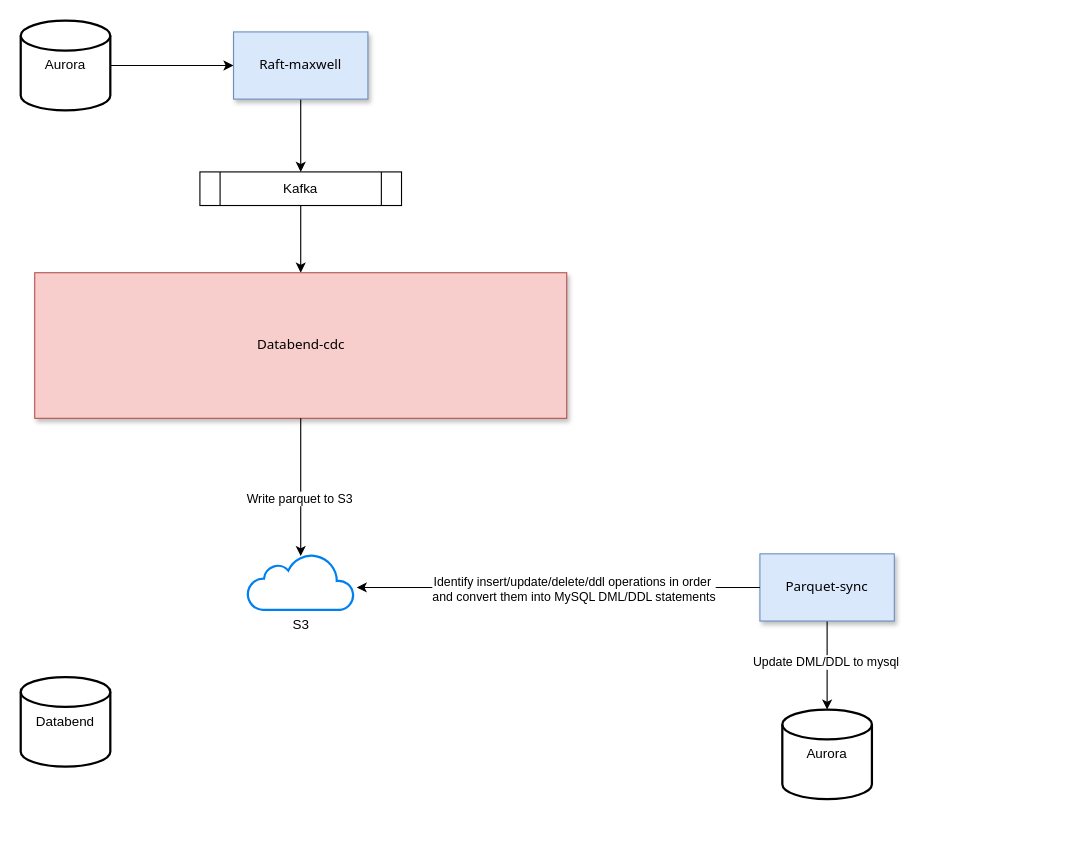
Above: doc/databend-parquet-mysql.drawio in jackjoesh/databend (draw.io), before the change. Source tidied: cells renumbered, new cells numbered last; positions are measured from the earlier drawing's top-left corner, leaving out a move shared by most shapes. Both pictures are drawn from the tidied source at 112%, with x=0, y=0 at pixel (20, 20).
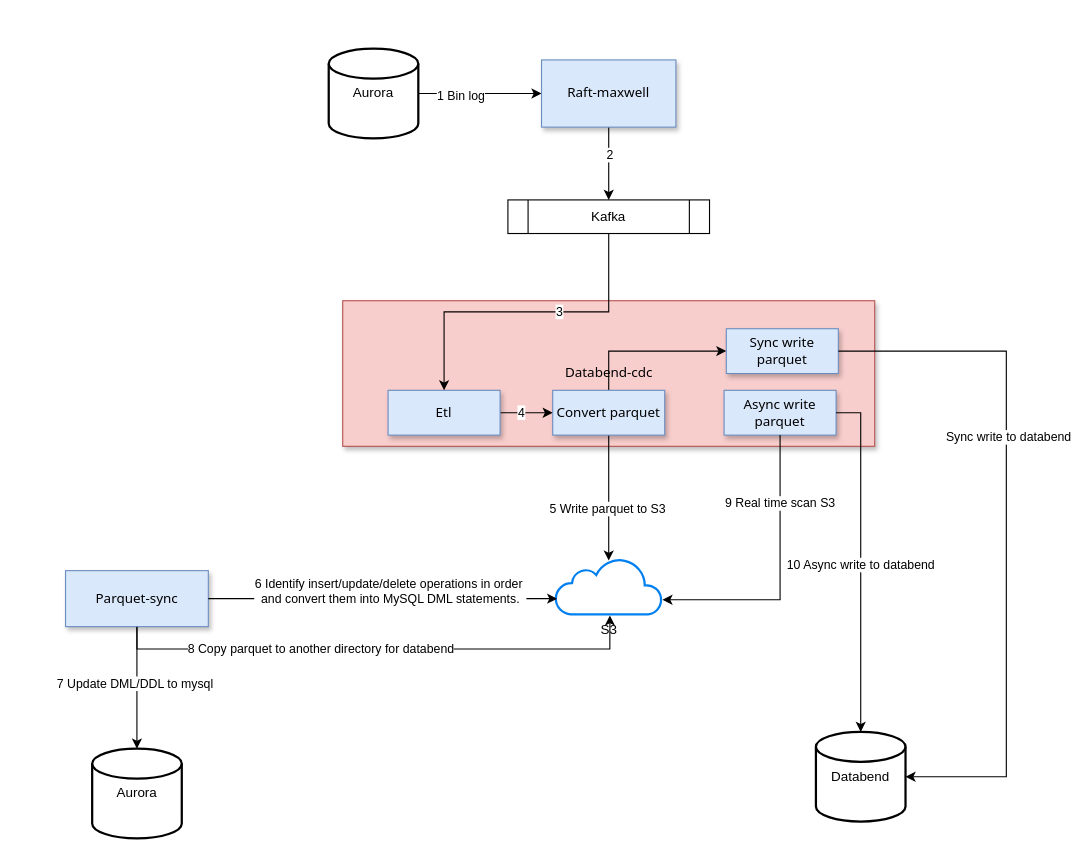
Above is the later version.

The change refers to these unchanged cells:
```xml
<mxCell id="2" style="edgeStyle=orthogonalEdgeStyle;rounded=0;jettySize=auto;html=1;exitX=1;exitY=0.5;exitDx=0;exitDy=0;exitPerimeter=0;" parent="1" edge="1" source="3" target="5">
  <mxGeometry relative="1" as="geometry" />
</mxCell>
<mxCell id="4" style="edgeStyle=orthogonalEdgeStyle;rounded=0;jettySize=auto;html=1;exitX=0.5;exitY=1;exitDx=0;exitDy=0;" parent="1" edge="1" source="5" target="10">
  <mxGeometry relative="1" as="geometry" />
</mxCell>
<mxCell id="6" style="edgeStyle=orthogonalEdgeStyle;rounded=0;jettySize=auto;html=1;exitX=0.5;exitY=1;exitDx=0;exitDy=0;" parent="1" edge="1" source="8" target="13">
  <mxGeometry relative="1" as="geometry" />
</mxCell>
```

What changed in the source:
```diff
@@
+    <mxCell id="19" value="1 Bin log" style="edgeLabel;html=1;align=center;verticalAlign=middle;" parent="2" vertex="1">
+      <mxGeometry x="-0.33" y="-1" relative="1" as="geometry" />
+    </mxCell>
     <mxCell id="3" value="Aurora" style="strokeWidth=2;html=1;shape=mxgraph.flowchart.database;whiteSpace=wrap;" parent="1" vertex="1">
-      <mxGeometry width="80" height="80" as="geometry" />
+      <mxGeometry x="275" y="25" width="80" height="80" as="geometry" />
     </mxCell>
@@
+    <mxCell id="20" value="2" style="edgeLabel;html=1;align=center;verticalAlign=middle;" parent="4" vertex="1">
+      <mxGeometry x="-0.26" relative="1" as="geometry" />
+    </mxCell>
     <mxCell id="5" value="Raft-maxwell" style="rounded=0;whiteSpace=wrap;html=1;fillColor=#dae8fc;strokeColor=#6c8ebf;shadow=1;fontFamily=Tahoma;" parent="1" vertex="1">
-      <mxGeometry x="190" y="10" width="120" height="60" as="geometry" />
+      <mxGeometry x="465" y="35" width="120" height="60" as="geometry" />
     </mxCell>
@@
-    <mxCell id="7" value="Update DML/DDL to mysql" style="edgeLabel;html=1;align=center;verticalAlign=middle;" parent="6" vertex="1">
+    <mxCell id="7" value="7 Update DML/DDL to mysql" style="edgeLabel;html=1;align=center;verticalAlign=middle;" parent="6" vertex="1">
       <mxGeometry x="-0.09" y="-2" relative="1" as="geometry" />
     </mxCell>
     <mxCell id="8" value="Parquet-sync" style="rounded=0;whiteSpace=wrap;html=1;fillColor=#dae8fc;strokeColor=#6c8ebf;shadow=1;fontFamily=Tahoma;" parent="1" vertex="1">
-      <mxGeometry x="660" y="476" width="120" height="60" as="geometry" />
+      <mxGeometry x="40" y="491" width="127.5" height="50" as="geometry" />
     </mxCell>
-    <mxCell id="9" style="edgeStyle=orthogonalEdgeStyle;rounded=0;jettySize=auto;html=1;exitX=0.5;exitY=1;exitDx=0;exitDy=0;" parent="1" edge="1" source="10" target="11">
-      <mxGeometry relative="1" as="geometry" />
-    </mxCell>
     <mxCell id="10" value="Kafka" style="shape=process;whiteSpace=wrap;html=1;backgroundOutline=1;" parent="1" vertex="1">
-      <mxGeometry x="160" y="135" width="180" height="30" as="geometry" />
+      <mxGeometry x="435" y="160" width="180" height="30" as="geometry" />
     </mxCell>
     <mxCell id="11" value="Databend-cdc" style="rounded=0;whiteSpace=wrap;html=1;fillColor=#f8cecc;strokeColor=#b85450;shadow=1;fontFamily=Tahoma;" parent="1" vertex="1">
-      <mxGeometry x="12.5" y="225" width="475" height="130" as="geometry" />
+      <mxGeometry x="287.5" y="250" width="475" height="130" as="geometry" />
     </mxCell>
     <mxCell id="12" value="S3" style="html=1;verticalLabelPosition=bottom;align=center;labelBackgroundColor=#ffffff;verticalAlign=top;strokeWidth=2;strokeColor=#0080F0;shadow=0;dashed=0;shape=mxgraph.ios7.icons.cloud;" parent="1" vertex="1">
-      <mxGeometry x="202.5" y="476" width="95" height="50" as="geometry" />
+      <mxGeometry x="477.5" y="480" width="95" height="50" as="geometry" />
     </mxCell>
     <mxCell id="13" value="Aurora" style="strokeWidth=2;html=1;shape=mxgraph.flowchart.database;whiteSpace=wrap;" parent="1" vertex="1">
-      <mxGeometry x="680" y="615" width="80" height="80" as="geometry" />
+      <mxGeometry x="63.8" y="650" width="80" height="80" as="geometry" />
     </mxCell>
     <mxCell id="14" value="Databend" style="strokeWidth=2;html=1;shape=mxgraph.flowchart.database;whiteSpace=wrap;" parent="1" vertex="1">
-      <mxGeometry y="586" width="80" height="80" as="geometry" />
+      <mxGeometry x="710" y="635" width="80" height="80" as="geometry" />
     </mxCell>
-    <mxCell id="15" style="edgeStyle=orthogonalEdgeStyle;rounded=0;jettySize=auto;html=1;exitX=0.5;exitY=1;exitDx=0;exitDy=0;entryX=0.5;entryY=0.04;entryDx=0;entryDy=0;entryPerimeter=0;" parent="1" edge="1" source="11" target="12">
+    <mxCell id="15" style="edgeStyle=orthogonalEdgeStyle;rounded=0;jettySize=auto;html=1;entryX=0.5;entryY=0.04;entryDx=0;entryDy=0;entryPerimeter=0;" parent="1" edge="1" source="27" target="12">
       <mxGeometry relative="1" as="geometry" />
     </mxCell>
-    <mxCell id="16" value="Write parquet to S3" style="edgeLabel;html=1;align=center;verticalAlign=middle;" parent="15" vertex="1">
+    <mxCell id="16" value="5 Write parquet to S3" style="edgeLabel;html=1;align=center;verticalAlign=middle;" parent="15" vertex="1">
       <mxGeometry x="0.16" y="-2" relative="1" as="geometry" />
     </mxCell>
-    <mxCell id="17" style="edgeStyle=orthogonalEdgeStyle;rounded=0;jettySize=auto;html=1;exitX=0;exitY=0.5;exitDx=0;exitDy=0;entryX=1.026;entryY=0.6;entryDx=0;entryDy=0;entryPerimeter=0;" parent="1" edge="1" source="8" target="12">
-      <mxGeometry relative="1" as="geometry" />
-    </mxCell>
-    <mxCell id="18" value="Identify insert/update/delete/ddl operations in order&amp;nbsp;&lt;div&gt;and convert them into MySQL DML/DDL statements&lt;/div&gt;" style="edgeLabel;html=1;align=center;verticalAlign=middle;" parent="17" vertex="1">
-      <mxGeometry x="-0.07" y="1" relative="1" as="geometry" />
-    </mxCell>
+    <mxCell id="21" style="edgeStyle=orthogonalEdgeStyle;rounded=0;jettySize=auto;html=1;exitX=1;exitY=0.5;exitDx=0;exitDy=0;entryX=0.016;entryY=0.72;entryDx=0;entryDy=0;entryPerimeter=0;" parent="1" edge="1" source="8" target="12">
+      <mxGeometry relative="1" as="geometry" />
+    </mxCell>
+    <mxCell id="22" value="6 Identify insert/update/delete operations in order&amp;nbsp;&lt;div&gt;and convert them into MySQL DML statements.&lt;/div&gt;&lt;div&gt;&lt;br&gt;&lt;/div&gt;" style="edgeLabel;html=1;align=center;verticalAlign=middle;" parent="21" vertex="1">
+      <mxGeometry x="0.04" y="1" relative="1" as="geometry" />
+    </mxCell>
+    <mxCell id="23" style="edgeStyle=orthogonalEdgeStyle;rounded=0;jettySize=auto;html=1;" parent="1" edge="1" source="25" target="27">
+      <mxGeometry relative="1" as="geometry" />
+    </mxCell>
+    <mxCell id="24" value="4" style="edgeLabel;html=1;align=center;verticalAlign=middle;" parent="23" vertex="1">
+      <mxGeometry x="-0.23" y="1" relative="1" as="geometry" />
+    </mxCell>
+    <mxCell id="25" value="Etl" style="rounded=0;whiteSpace=wrap;html=1;fillColor=#dae8fc;strokeColor=#6c8ebf;shadow=1;fontFamily=Tahoma;" parent="1" vertex="1">
+      <mxGeometry x="328" y="330" width="100" height="40" as="geometry" />
+    </mxCell>
+    <mxCell id="26" style="edgeStyle=orthogonalEdgeStyle;rounded=0;jettySize=auto;html=1;" parent="1" edge="1" source="27" target="36">
+      <mxGeometry relative="1" as="geometry">
+        <Array as="points">
+          <mxPoint x="525" y="295" />
+        </Array>
+      </mxGeometry>
+    </mxCell>
+    <mxCell id="27" value="Convert parquet" style="rounded=0;whiteSpace=wrap;html=1;fillColor=#dae8fc;strokeColor=#6c8ebf;shadow=1;fontFamily=Tahoma;" parent="1" vertex="1">
+      <mxGeometry x="475" y="330" width="100" height="40" as="geometry" />
+    </mxCell>
+    <mxCell id="28" value="Async write parquet" style="rounded=0;whiteSpace=wrap;html=1;fillColor=#dae8fc;strokeColor=#6c8ebf;shadow=1;fontFamily=Tahoma;" parent="1" vertex="1">
+      <mxGeometry x="628" y="330" width="100" height="40" as="geometry" />
+    </mxCell>
+    <mxCell id="29" style="edgeStyle=orthogonalEdgeStyle;rounded=0;jettySize=auto;html=1;exitX=0.5;exitY=1;exitDx=0;exitDy=0;entryX=0.511;entryY=1.02;entryDx=0;entryDy=0;entryPerimeter=0;" parent="1" edge="1" source="8" target="12">
+      <mxGeometry relative="1" as="geometry" />
+    </mxCell>
+    <mxCell id="30" value="8 Copy parquet to another directory for databend" style="edgeLabel;html=1;align=center;verticalAlign=middle;" parent="29" vertex="1">
+      <mxGeometry x="-0.22" y="1" relative="1" as="geometry" />
+    </mxCell>
+    <mxCell id="31" style="edgeStyle=orthogonalEdgeStyle;rounded=0;jettySize=auto;html=1;exitX=0.5;exitY=1;exitDx=0;exitDy=0;entryX=1.005;entryY=0.74;entryDx=0;entryDy=0;entryPerimeter=0;" parent="1" edge="1" source="28" target="12">
+      <mxGeometry relative="1" as="geometry" />
+    </mxCell>
+    <mxCell id="32" value="9 Real time scan S3" style="edgeLabel;html=1;align=center;verticalAlign=middle;" parent="31" vertex="1">
+      <mxGeometry x="-0.52" y="-1" relative="1" as="geometry" />
+    </mxCell>
+    <mxCell id="33" style="edgeStyle=orthogonalEdgeStyle;rounded=0;jettySize=auto;html=1;exitX=1;exitY=0.5;exitDx=0;exitDy=0;entryX=0.5;entryY=0;entryDx=0;entryDy=0;entryPerimeter=0;" parent="1" edge="1" source="28" target="14">
+      <mxGeometry relative="1" as="geometry" />
+    </mxCell>
+    <mxCell id="34" value="10 Async write to databend" style="edgeLabel;html=1;align=center;verticalAlign=middle;" parent="33" vertex="1">
+      <mxGeometry x="0.02" y="-1" relative="1" as="geometry" />
+    </mxCell>
+    <mxCell id="9" style="edgeStyle=orthogonalEdgeStyle;rounded=0;jettySize=auto;html=1;exitX=0.5;exitY=1;exitDx=0;exitDy=0;" parent="1" edge="1" source="10" target="25">
+      <mxGeometry relative="1" as="geometry" />
+    </mxCell>
+    <mxCell id="35" value="3" style="edgeLabel;html=1;align=center;verticalAlign=middle;" parent="9" vertex="1">
+      <mxGeometry x="-0.2" y="-1" relative="1" as="geometry" />
+    </mxCell>
+    <mxCell id="36" value="Sync write parquet" style="rounded=0;whiteSpace=wrap;html=1;fillColor=#dae8fc;strokeColor=#6c8ebf;shadow=1;fontFamily=Tahoma;" parent="1" vertex="1">
+      <mxGeometry x="630" y="275" width="100" height="40" as="geometry" />
+    </mxCell>
+    <mxCell id="37" style="edgeStyle=orthogonalEdgeStyle;rounded=0;jettySize=auto;html=1;exitX=1;exitY=0.5;exitDx=0;exitDy=0;entryX=1;entryY=0.5;entryDx=0;entryDy=0;entryPerimeter=0;" parent="1" edge="1" source="36" target="14">
+      <mxGeometry relative="1" as="geometry">
+        <Array as="points">
+          <mxPoint x="880" y="295" />
+          <mxPoint x="880" y="675" />
+        </Array>
+      </mxGeometry>
+    </mxCell>
+    <mxCell id="38" value="Sync write to databend" style="edgeLabel;html=1;align=center;verticalAlign=middle;" parent="37" vertex="1">
+      <mxGeometry x="-0.27" y="1" relative="1" as="geometry" />
+    </mxCell>
```
